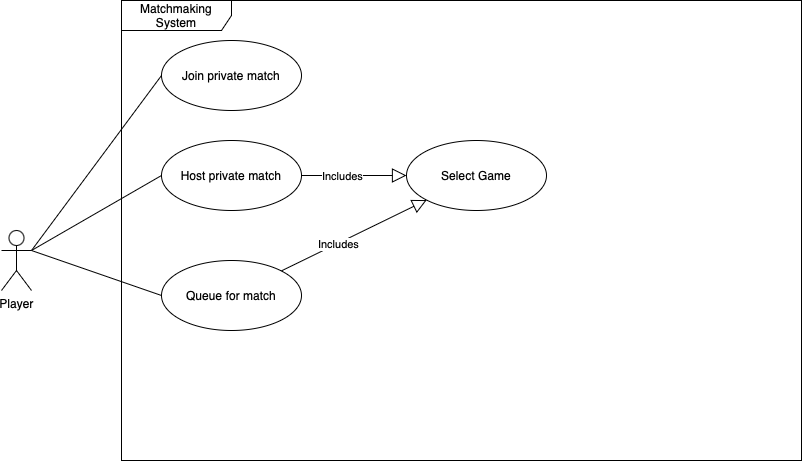
Above: docs/use_case_diagrams/use_case_diagram_04.png in ShakH00/OMGame (draw.io), before the change. Source tidied: cells renumbered, new cells last; positions are measured from the earlier drawing's top-left corner, leaving out a move shared by most shapes. Source of this version:
```xml
<mxGraphModel>
  <root>
    <mxCell id="0" />
    <mxCell id="1" parent="0" />
    <mxCell id="2" value="Matchmaking System" style="shape=umlFrame;whiteSpace=wrap;html=1;width=110;height=30;" parent="1" vertex="1">
      <mxGeometry x="120" width="680" height="460" as="geometry" />
    </mxCell>
    <mxCell id="3" value="Player" style="shape=umlActor;verticalLabelPosition=bottom;verticalAlign=top;html=1;" parent="1" vertex="1">
      <mxGeometry y="230" width="30" height="60" as="geometry" />
    </mxCell>
    <mxCell id="4" value="Queue for match" style="ellipse;whiteSpace=wrap;html=1;" parent="1" vertex="1">
      <mxGeometry x="160" y="260" width="140" height="70" as="geometry" />
    </mxCell>
    <mxCell id="5" value="Host private match&lt;span style=&quot;caret-color: rgba(0, 0, 0, 0); color: rgba(0, 0, 0, 0); font-family: monospace; font-size: 0px; text-align: start; white-space: nowrap;&quot;&gt;%3CmxGraphModel%3E%3Croot%3E%3CmxCell%20id%3D%220%22%2F%3E%3CmxCell%20id%3D%221%22%20parent%3D%220%22%2F%3E%3CmxCell%20id%3D%222%22%20value%3D%22Queue%20For%20Match%22%20style%3D%22ellipse%3BwhiteSpace%3Dwrap%3Bhtml%3D1%3B%22%20vertex%3D%221%22%20parent%3D%221%22%3E%3CmxGeometry%20x%3D%2240%22%20y%3D%22550%22%20width%3D%22140%22%20height%3D%2270%22%20as%3D%22geometry%22%2F%3E%3C%2FmxCell%3E%3C%2Froot%3E%3C%2FmxGraphModel%3E&lt;/span&gt;" style="ellipse;whiteSpace=wrap;html=1;" parent="1" vertex="1">
      <mxGeometry x="160" y="140" width="140" height="70" as="geometry" />
    </mxCell>
    <mxCell id="6" value="Join private match&lt;span style=&quot;caret-color: rgba(0, 0, 0, 0); color: rgba(0, 0, 0, 0); font-family: monospace; font-size: 0px; text-align: start; white-space: nowrap;&quot;&gt;%3CmxGraphModel%3E%3Croot%3E%3CmxCell%20id%3D%220%22%2F%3E%3CmxCell%20id%3D%221%22%20parent%3D%220%22%2F%3E%3CmxCell%20id%3D%222%22%20value%3D%22Queue%20For%20Match%22%20style%3D%22ellipse%3BwhiteSpace%3Dwrap%3Bhtml%3D1%3B%22%20vertex%3D%221%22%20parent%3D%221%22%3E%3CmxGeometry%20x%3D%2240%22%20y%3D%22550%22%20width%3D%22140%22%20height%3D%2270%22%20as%3D%22geometry%22%2F%3E%3C%2FmxCell%3E%3C%2Froot%3E%3C%2FmxGraphModel%3E&lt;/span&gt;" style="ellipse;whiteSpace=wrap;html=1;" parent="1" vertex="1">
      <mxGeometry x="160" y="40" width="140" height="70" as="geometry" />
    </mxCell>
    <mxCell id="7" style="edgeStyle=none;jettySize=auto;html=1;rounded=0;endArrow=none;startFill=0;exitX=1;exitY=0.3333333333333333;exitDx=0;exitDy=0;exitPerimeter=0;entryX=0;entryY=0.5;entryDx=0;entryDy=0;" parent="1" edge="1" source="3" target="5">
      <mxGeometry relative="1" as="geometry" />
    </mxCell>
    <mxCell id="8" style="edgeStyle=none;jettySize=auto;html=1;rounded=0;endArrow=none;startFill=0;exitX=1;exitY=0.3333333333333333;exitDx=0;exitDy=0;exitPerimeter=0;entryX=0;entryY=0.5;entryDx=0;entryDy=0;" parent="1" edge="1" source="3" target="6">
      <mxGeometry relative="1" as="geometry" />
    </mxCell>
    <mxCell id="9" style="edgeStyle=none;jettySize=auto;html=1;rounded=0;endArrow=none;startFill=0;exitX=1;exitY=0.3333333333333333;exitDx=0;exitDy=0;exitPerimeter=0;entryX=0;entryY=0.5;entryDx=0;entryDy=0;" parent="1" edge="1" source="3" target="4">
      <mxGeometry relative="1" as="geometry" />
    </mxCell>
    <mxCell id="10" value="Select Game" style="ellipse;whiteSpace=wrap;html=1;" parent="1" vertex="1">
      <mxGeometry x="405" y="140" width="140" height="70" as="geometry" />
    </mxCell>
    <mxCell id="11" style="endArrow=block;endFill=0;endSize=12;html=1;rounded=0;entryX=0;entryY=0.5;entryDx=0;entryDy=0;exitX=1;exitY=0.5;exitDx=0;exitDy=0;" parent="1" edge="1" source="5" target="10">
      <mxGeometry relative="1" as="geometry" />
    </mxCell>
    <mxCell id="12" value="Includes" style="edgeLabel;html=1;align=center;verticalAlign=middle;" parent="11" vertex="1">
      <mxGeometry x="-0.23" y="-1" relative="1" as="geometry" />
    </mxCell>
    <mxCell id="13" style="endArrow=block;endFill=0;endSize=12;html=1;rounded=0;entryX=0;entryY=1;entryDx=0;entryDy=0;exitX=1;exitY=0;exitDx=0;exitDy=0;" parent="1" edge="1" source="4" target="10">
      <mxGeometry relative="1" as="geometry" />
    </mxCell>
    <mxCell id="14" value="Includes" style="edgeLabel;html=1;align=center;verticalAlign=middle;" parent="13" vertex="1">
      <mxGeometry x="-0.23" y="-1" relative="1" as="geometry" />
    </mxCell>
  </root>
</mxGraphModel>
```
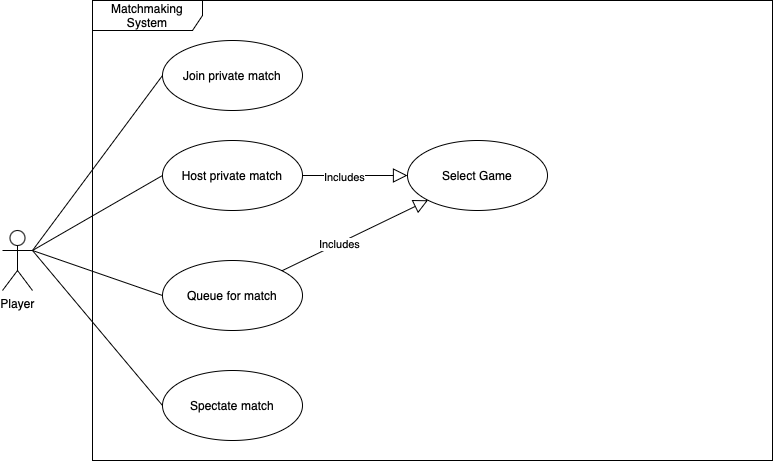
The same file after the commit.

Commit message:
Created use case description for spectating match and added it to use case diagram for matchmaking system

Change to the diagram source:
```diff
@@ -3,7 +3,7 @@
     <mxCell id="0" />
     <mxCell id="1" parent="0" />
     <mxCell id="2" value="Matchmaking System" style="shape=umlFrame;whiteSpace=wrap;html=1;width=110;height=30;" parent="1" vertex="1">
-      <mxGeometry x="120" width="680" height="460" as="geometry" />
+      <mxGeometry x="90" width="680" height="460" as="geometry" />
     </mxCell>
     <mxCell id="3" value="Player" style="shape=umlActor;verticalLabelPosition=bottom;verticalAlign=top;html=1;" parent="1" vertex="1">
       <mxGeometry y="230" width="30" height="60" as="geometry" />
@@ -41,5 +41,11 @@
     <mxCell id="14" value="Includes" style="edgeLabel;html=1;align=center;verticalAlign=middle;" parent="13" vertex="1">
       <mxGeometry x="-0.23" y="-1" relative="1" as="geometry" />
     </mxCell>
+    <mxCell id="15" value="Spectate match" style="ellipse;whiteSpace=wrap;html=1;" parent="1" vertex="1">
+      <mxGeometry x="160" y="370" width="140" height="70" as="geometry" />
+    </mxCell>
+    <mxCell id="16" style="edgeStyle=none;jettySize=auto;html=1;rounded=0;endArrow=none;startFill=0;exitX=1;exitY=0.3333333333333333;exitDx=0;exitDy=0;exitPerimeter=0;entryX=0;entryY=0.5;entryDx=0;entryDy=0;" parent="1" edge="1" source="3" target="15">
+      <mxGeometry relative="1" as="geometry" />
+    </mxCell>
   </root>
 </mxGraphModel>
```
